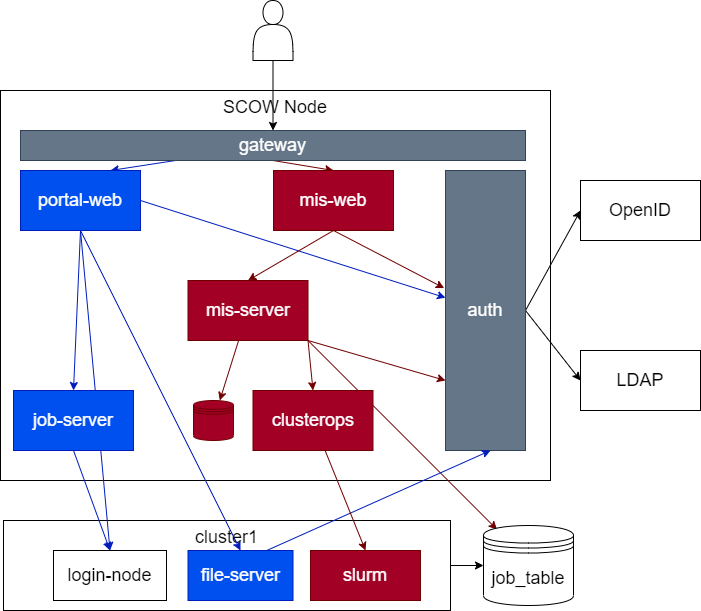
This is docs/diagrams/architecture.png from PKUHPC/OpenSCOW, a draw.io export, as it was before one commit. Source tidied: cells renumbered, new cells last; positions are measured from the earlier drawing's top-left corner, leaving out a move shared by most shapes.
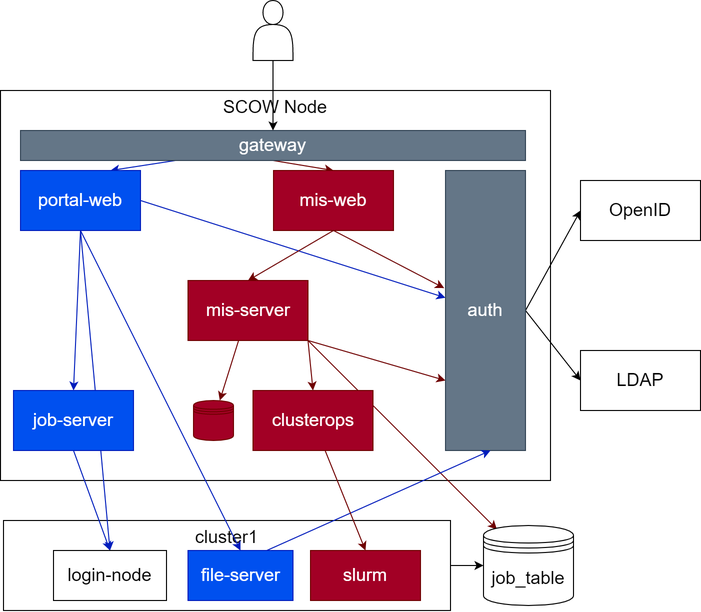
The same file after the commit.

What changed in the source:
```diff
@@ -2,114 +2,114 @@
   <root>
     <mxCell id="0" />
     <mxCell id="1" parent="0" />
-    <mxCell id="2" style="edgeStyle=none;html=1;exitX=1;exitY=0.5;exitDx=0;exitDy=0;entryX=0;entryY=0.5;entryDx=0;entryDy=0;fontSize=18;" parent="1" edge="1" source="3" target="22">
+    <mxCell id="2" style="edgeStyle=none;html=1;exitX=1;exitY=0.5;exitDx=0;exitDy=0;entryX=0;entryY=0.5;entryDx=0;entryDy=0;fontSize=18;labelBackgroundColor=none;" parent="1" edge="1" source="3" target="22">
       <mxGeometry relative="1" as="geometry" />
     </mxCell>
-    <mxCell id="3" value="cluster1" style="rounded=0;whiteSpace=wrap;html=1;verticalAlign=top;fontSize=18;fillColor=none;" parent="1" vertex="1">
+    <mxCell id="3" value="cluster1" style="rounded=0;whiteSpace=wrap;html=1;verticalAlign=top;fontSize=18;fillColor=none;labelBackgroundColor=none;" parent="1" vertex="1">
       <mxGeometry x="3" y="520" width="447" height="90" as="geometry" />
     </mxCell>
-    <mxCell id="4" value="SCOW Node" style="rounded=0;whiteSpace=wrap;html=1;fillColor=none;verticalAlign=top;fontSize=18;" parent="1" vertex="1">
+    <mxCell id="4" value="SCOW Node" style="rounded=0;whiteSpace=wrap;html=1;fillColor=none;verticalAlign=top;fontSize=18;labelBackgroundColor=none;" parent="1" vertex="1">
       <mxGeometry y="90" width="550" height="390" as="geometry" />
     </mxCell>
-    <mxCell id="5" style="edgeStyle=none;html=1;exitX=0.5;exitY=1;exitDx=0;exitDy=0;entryX=0.5;entryY=0;entryDx=0;entryDy=0;fillColor=#a20025;strokeColor=#6F0000;" parent="1" edge="1" source="7" target="28">
+    <mxCell id="5" style="edgeStyle=none;html=1;exitX=0.5;exitY=1;exitDx=0;exitDy=0;entryX=0.5;entryY=0;entryDx=0;entryDy=0;fillColor=#a20025;strokeColor=#6F0000;labelBackgroundColor=none;" parent="1" edge="1" source="7" target="28">
       <mxGeometry relative="1" as="geometry" />
     </mxCell>
-    <mxCell id="6" style="edgeStyle=none;html=1;entryX=0.75;entryY=0;entryDx=0;entryDy=0;fillColor=#0050ef;strokeColor=#001DBC;" parent="1" edge="1" source="7" target="14">
+    <mxCell id="6" style="edgeStyle=none;html=1;entryX=0.75;entryY=0;entryDx=0;entryDy=0;fillColor=#0050ef;strokeColor=#001DBC;labelBackgroundColor=none;" parent="1" edge="1" source="7" target="14">
       <mxGeometry relative="1" as="geometry" />
     </mxCell>
-    <mxCell id="7" value="gateway" style="rounded=0;whiteSpace=wrap;html=1;fontSize=18;fillColor=#647687;fontColor=#ffffff;strokeColor=#314354;" parent="1" vertex="1">
+    <mxCell id="7" value="gateway" style="rounded=0;whiteSpace=wrap;html=1;fontSize=18;fillColor=#647687;fontColor=#ffffff;strokeColor=#314354;labelBackgroundColor=none;" parent="1" vertex="1">
       <mxGeometry x="20" y="130" width="505" height="30" as="geometry" />
     </mxCell>
-    <mxCell id="8" style="edgeStyle=none;html=1;entryX=0.5;entryY=0;entryDx=0;entryDy=0;" parent="1" edge="1" source="9" target="7">
+    <mxCell id="8" style="edgeStyle=none;html=1;entryX=0.5;entryY=0;entryDx=0;entryDy=0;labelBackgroundColor=none;" parent="1" edge="1" source="9" target="7">
       <mxGeometry relative="1" as="geometry" />
     </mxCell>
-    <mxCell id="9" style="shape=actor;whiteSpace=wrap;html=1;" parent="1" vertex="1">
+    <mxCell id="9" style="shape=actor;whiteSpace=wrap;html=1;labelBackgroundColor=none;" parent="1" vertex="1">
       <mxGeometry x="252.5" width="40" height="60" as="geometry" />
     </mxCell>
-    <mxCell id="10" style="edgeStyle=none;html=1;entryX=0.15;entryY=0.05;entryDx=0;entryDy=0;fontSize=18;exitX=1;exitY=1;exitDx=0;exitDy=0;fillColor=#a20025;strokeColor=#6F0000;entryPerimeter=0;" parent="1" edge="1" source="18" target="22">
+    <mxCell id="10" style="edgeStyle=none;html=1;entryX=0.15;entryY=0.05;entryDx=0;entryDy=0;fontSize=18;exitX=1;exitY=1;exitDx=0;exitDy=0;fillColor=#a20025;strokeColor=#6F0000;entryPerimeter=0;labelBackgroundColor=none;" parent="1" edge="1" source="18" target="22">
       <mxGeometry relative="1" as="geometry" />
     </mxCell>
-    <mxCell id="11" style="edgeStyle=none;html=1;exitX=1;exitY=0.5;exitDx=0;exitDy=0;fillColor=#0050ef;strokeColor=#001DBC;" parent="1" edge="1" source="14" target="21">
+    <mxCell id="11" style="edgeStyle=none;html=1;exitX=1;exitY=0.5;exitDx=0;exitDy=0;fillColor=#0050ef;strokeColor=#001DBC;labelBackgroundColor=none;" parent="1" edge="1" source="14" target="21">
       <mxGeometry relative="1" as="geometry" />
     </mxCell>
-    <mxCell id="12" style="edgeStyle=none;html=1;exitX=0.5;exitY=1;exitDx=0;exitDy=0;entryX=0.5;entryY=0;entryDx=0;entryDy=0;fontSize=18;fillColor=#0050ef;strokeColor=#001DBC;" parent="1" edge="1" source="14" target="36">
+    <mxCell id="12" style="edgeStyle=none;html=1;exitX=0.5;exitY=1;exitDx=0;exitDy=0;entryX=0.5;entryY=0;entryDx=0;entryDy=0;fontSize=18;fillColor=#0050ef;strokeColor=#001DBC;labelBackgroundColor=none;" parent="1" edge="1" source="14" target="36">
       <mxGeometry relative="1" as="geometry" />
     </mxCell>
-    <mxCell id="13" style="edgeStyle=none;html=1;exitX=0.5;exitY=1;exitDx=0;exitDy=0;entryX=0.5;entryY=0;entryDx=0;entryDy=0;fontSize=18;fillColor=#0050ef;strokeColor=#001DBC;" parent="1" edge="1" source="14" target="37">
+    <mxCell id="13" style="edgeStyle=none;html=1;exitX=0.5;exitY=1;exitDx=0;exitDy=0;entryX=0.5;entryY=0;entryDx=0;entryDy=0;fontSize=18;fillColor=#0050ef;strokeColor=#001DBC;labelBackgroundColor=none;" parent="1" edge="1" source="14" target="37">
       <mxGeometry relative="1" as="geometry" />
     </mxCell>
-    <mxCell id="14" value="portal-web" style="whiteSpace=wrap;html=1;fontSize=18;fillColor=#0050ef;fontColor=#ffffff;strokeColor=#001DBC;" parent="1" vertex="1">
+    <mxCell id="14" value="portal-web" style="whiteSpace=wrap;html=1;fontSize=18;fillColor=#0050ef;fontColor=#ffffff;strokeColor=#001DBC;labelBackgroundColor=none;" parent="1" vertex="1">
       <mxGeometry x="20" y="170" width="120" height="60" as="geometry" />
     </mxCell>
-    <mxCell id="15" style="edgeStyle=none;html=1;fontSize=18;fillColor=#a20025;strokeColor=#6F0000;" parent="1" edge="1" source="18" target="29">
+    <mxCell id="15" style="edgeStyle=none;html=1;fontSize=18;fillColor=#a20025;strokeColor=#6F0000;labelBackgroundColor=none;" parent="1" edge="1" source="18" target="29">
       <mxGeometry relative="1" as="geometry" />
     </mxCell>
-    <mxCell id="16" style="edgeStyle=none;html=1;entryX=0.5;entryY=0;entryDx=0;entryDy=0;fontSize=18;fillColor=#a20025;strokeColor=#6F0000;exitX=1;exitY=1;exitDx=0;exitDy=0;" parent="1" edge="1" source="18" target="23">
+    <mxCell id="16" style="edgeStyle=none;html=1;entryX=0.5;entryY=0;entryDx=0;entryDy=0;fontSize=18;fillColor=#a20025;strokeColor=#6F0000;exitX=1;exitY=1;exitDx=0;exitDy=0;labelBackgroundColor=none;" parent="1" edge="1" source="18" target="23">
       <mxGeometry relative="1" as="geometry" />
     </mxCell>
-    <mxCell id="17" style="edgeStyle=none;html=1;exitX=1;exitY=1;exitDx=0;exitDy=0;entryX=0;entryY=0.75;entryDx=0;entryDy=0;fillColor=#a20025;strokeColor=#6F0000;" parent="1" edge="1" source="18" target="21">
+    <mxCell id="17" style="edgeStyle=none;html=1;exitX=1;exitY=1;exitDx=0;exitDy=0;entryX=0;entryY=0.75;entryDx=0;entryDy=0;fillColor=#a20025;strokeColor=#6F0000;labelBackgroundColor=none;" parent="1" edge="1" source="18" target="21">
       <mxGeometry relative="1" as="geometry" />
     </mxCell>
-    <mxCell id="18" value="&lt;span style=&quot;font-size: 18px&quot;&gt;mis-server&lt;br&gt;&lt;/span&gt;" style="whiteSpace=wrap;html=1;fillColor=#a20025;fontColor=#ffffff;strokeColor=#6F0000;" parent="1" vertex="1">
+    <mxCell id="18" value="&lt;span style=&quot;font-size: 18px&quot;&gt;mis-server&lt;br&gt;&lt;/span&gt;" style="whiteSpace=wrap;html=1;fillColor=#a20025;fontColor=#ffffff;strokeColor=#6F0000;labelBackgroundColor=none;" parent="1" vertex="1">
       <mxGeometry x="187.5" y="280" width="120" height="60" as="geometry" />
     </mxCell>
-    <mxCell id="19" style="edgeStyle=none;html=1;entryX=0;entryY=0.5;entryDx=0;entryDy=0;fontSize=18;exitX=1;exitY=0.5;exitDx=0;exitDy=0;" parent="1" edge="1" source="21" target="25">
+    <mxCell id="19" style="edgeStyle=none;html=1;entryX=0;entryY=0.5;entryDx=0;entryDy=0;fontSize=18;exitX=1;exitY=0.5;exitDx=0;exitDy=0;labelBackgroundColor=none;" parent="1" edge="1" source="21" target="25">
       <mxGeometry relative="1" as="geometry" />
     </mxCell>
-    <mxCell id="20" style="edgeStyle=none;html=1;exitX=1;exitY=0.5;exitDx=0;exitDy=0;entryX=0;entryY=0.5;entryDx=0;entryDy=0;fontSize=18;" parent="1" edge="1" source="21" target="24">
+    <mxCell id="20" style="edgeStyle=none;html=1;exitX=1;exitY=0.5;exitDx=0;exitDy=0;entryX=0;entryY=0.5;entryDx=0;entryDy=0;fontSize=18;labelBackgroundColor=none;" parent="1" edge="1" source="21" target="24">
       <mxGeometry relative="1" as="geometry" />
     </mxCell>
-    <mxCell id="21" value="auth" style="whiteSpace=wrap;html=1;fontSize=18;fillColor=#647687;fontColor=#ffffff;strokeColor=#314354;" parent="1" vertex="1">
+    <mxCell id="21" value="auth" style="whiteSpace=wrap;html=1;fontSize=18;fillColor=#647687;fontColor=#ffffff;strokeColor=#314354;labelBackgroundColor=none;" parent="1" vertex="1">
       <mxGeometry x="445" y="170" width="80" height="280" as="geometry" />
     </mxCell>
-    <mxCell id="22" value="job_table" style="shape=datastore;whiteSpace=wrap;html=1;fontSize=18;" parent="1" vertex="1">
+    <mxCell id="22" value="job_table" style="shape=datastore;whiteSpace=wrap;html=1;fontSize=18;labelBackgroundColor=none;" parent="1" vertex="1">
       <mxGeometry x="483" y="525" width="90" height="80" as="geometry" />
     </mxCell>
-    <mxCell id="23" value="clusterops" style="whiteSpace=wrap;html=1;fontSize=18;fillColor=#a20025;fontColor=#ffffff;strokeColor=#6F0000;" parent="1" vertex="1">
+    <mxCell id="23" value="clusterops" style="whiteSpace=wrap;html=1;fontSize=18;fillColor=#a20025;fontColor=#ffffff;strokeColor=#6F0000;labelBackgroundColor=none;" parent="1" vertex="1">
       <mxGeometry x="252.5" y="390" width="120" height="60" as="geometry" />
     </mxCell>
-    <mxCell id="24" value="LDAP" style="whiteSpace=wrap;html=1;fontSize=18;" parent="1" vertex="1">
+    <mxCell id="24" value="LDAP" style="whiteSpace=wrap;html=1;fontSize=18;labelBackgroundColor=none;" parent="1" vertex="1">
       <mxGeometry x="580" y="350" width="120" height="60" as="geometry" />
     </mxCell>
-    <mxCell id="25" value="&lt;span style=&quot;font-size: 18px&quot;&gt;OpenID&lt;/span&gt;" style="whiteSpace=wrap;html=1;" parent="1" vertex="1">
+    <mxCell id="25" value="&lt;span style=&quot;font-size: 18px&quot;&gt;OpenID&lt;/span&gt;" style="whiteSpace=wrap;html=1;labelBackgroundColor=none;" parent="1" vertex="1">
       <mxGeometry x="580" y="180" width="120" height="60" as="geometry" />
     </mxCell>
-    <mxCell id="26" style="edgeStyle=none;html=1;exitX=0.5;exitY=1;exitDx=0;exitDy=0;entryX=-0.016;entryY=0.42;entryDx=0;entryDy=0;entryPerimeter=0;fillColor=#a20025;strokeColor=#6F0000;" parent="1" edge="1" source="28" target="21">
+    <mxCell id="26" style="edgeStyle=none;html=1;exitX=0.5;exitY=1;exitDx=0;exitDy=0;entryX=-0.016;entryY=0.42;entryDx=0;entryDy=0;entryPerimeter=0;fillColor=#a20025;strokeColor=#6F0000;labelBackgroundColor=none;" parent="1" edge="1" source="28" target="21">
       <mxGeometry relative="1" as="geometry" />
     </mxCell>
-    <mxCell id="27" style="edgeStyle=none;html=1;exitX=0.5;exitY=1;exitDx=0;exitDy=0;entryX=0.5;entryY=0;entryDx=0;entryDy=0;fontSize=18;fillColor=#a20025;strokeColor=#6F0000;" parent="1" edge="1" source="28" target="18">
+    <mxCell id="27" style="edgeStyle=none;html=1;exitX=0.5;exitY=1;exitDx=0;exitDy=0;entryX=0.5;entryY=0;entryDx=0;entryDy=0;fontSize=18;fillColor=#a20025;strokeColor=#6F0000;labelBackgroundColor=none;" parent="1" edge="1" source="28" target="18">
       <mxGeometry relative="1" as="geometry" />
     </mxCell>
-    <mxCell id="28" value="mis-web" style="whiteSpace=wrap;html=1;fontSize=18;fillColor=#a20025;fontColor=#ffffff;strokeColor=#6F0000;" parent="1" vertex="1">
+    <mxCell id="28" value="mis-web" style="whiteSpace=wrap;html=1;fontSize=18;fillColor=#a20025;fontColor=#ffffff;strokeColor=#6F0000;labelBackgroundColor=none;" parent="1" vertex="1">
       <mxGeometry x="273" y="170" width="120" height="60" as="geometry" />
     </mxCell>
-    <mxCell id="29" style="shape=datastore;whiteSpace=wrap;html=1;fontSize=18;fillColor=#a20025;fontColor=#ffffff;strokeColor=#6F0000;" parent="1" vertex="1">
+    <mxCell id="29" style="shape=datastore;whiteSpace=wrap;html=1;fontSize=18;fillColor=#a20025;fontColor=#ffffff;strokeColor=#6F0000;labelBackgroundColor=none;" parent="1" vertex="1">
       <mxGeometry x="193" y="400" width="40" height="40" as="geometry" />
     </mxCell>
-    <mxCell id="30" style="edgeStyle=none;html=1;exitX=0.75;exitY=0;exitDx=0;exitDy=0;fontSize=18;fillColor=#0050ef;strokeColor=#001DBC;" parent="1" edge="1" source="31">
+    <mxCell id="30" style="edgeStyle=none;html=1;exitX=0.75;exitY=0;exitDx=0;exitDy=0;fontSize=18;fillColor=#0050ef;strokeColor=#001DBC;labelBackgroundColor=none;" parent="1" edge="1" source="31">
       <mxGeometry relative="1" as="geometry">
         <mxPoint x="490" y="450" as="targetPoint" />
       </mxGeometry>
     </mxCell>
-    <mxCell id="31" value="file-server" style="rounded=0;whiteSpace=wrap;html=1;fontSize=18;fillColor=#0050ef;fontColor=#ffffff;strokeColor=#001DBC;" parent="1" vertex="1">
+    <mxCell id="31" value="file-server" style="rounded=0;whiteSpace=wrap;html=1;fontSize=18;fillColor=#0050ef;fontColor=#ffffff;strokeColor=#001DBC;labelBackgroundColor=none;" parent="1" vertex="1">
       <mxGeometry x="187.5" y="550" width="105" height="50" as="geometry" />
     </mxCell>
-    <mxCell id="32" value="slurm" style="rounded=0;whiteSpace=wrap;html=1;fontSize=18;fillColor=#a20025;fontColor=#ffffff;strokeColor=#6F0000;" parent="1" vertex="1">
+    <mxCell id="32" value="slurm" style="rounded=0;whiteSpace=wrap;html=1;fontSize=18;fillColor=#a20025;fontColor=#ffffff;strokeColor=#6F0000;labelBackgroundColor=none;" parent="1" vertex="1">
       <mxGeometry x="310" y="550" width="110" height="50" as="geometry" />
     </mxCell>
-    <mxCell id="33" style="edgeStyle=none;html=1;exitX=0.5;exitY=1;exitDx=0;exitDy=0;entryX=0.5;entryY=0;entryDx=0;entryDy=0;fontSize=18;fillColor=#0050ef;strokeColor=#001DBC;" parent="1" edge="1" source="14" target="31">
+    <mxCell id="33" style="edgeStyle=none;html=1;exitX=0.5;exitY=1;exitDx=0;exitDy=0;entryX=0.5;entryY=0;entryDx=0;entryDy=0;fontSize=18;fillColor=#0050ef;strokeColor=#001DBC;labelBackgroundColor=none;" parent="1" edge="1" source="14" target="31">
       <mxGeometry relative="1" as="geometry" />
     </mxCell>
-    <mxCell id="34" style="edgeStyle=none;html=1;fontSize=18;entryX=0.5;entryY=0;entryDx=0;entryDy=0;fillColor=#a20025;strokeColor=#6F0000;" parent="1" edge="1" source="23" target="32">
+    <mxCell id="34" style="edgeStyle=none;html=1;fontSize=18;entryX=0.5;entryY=0;entryDx=0;entryDy=0;fillColor=#a20025;strokeColor=#6F0000;labelBackgroundColor=none;" parent="1" edge="1" source="23" target="32">
       <mxGeometry relative="1" as="geometry" />
     </mxCell>
-    <mxCell id="35" style="edgeStyle=none;html=1;exitX=0.5;exitY=1;exitDx=0;exitDy=0;entryX=0.5;entryY=0;entryDx=0;entryDy=0;fillColor=#0050ef;strokeColor=#001DBC;" parent="1" edge="1" source="36" target="37">
+    <mxCell id="35" style="edgeStyle=none;html=1;exitX=0.5;exitY=1;exitDx=0;exitDy=0;entryX=0.5;entryY=0;entryDx=0;entryDy=0;fillColor=#0050ef;strokeColor=#001DBC;labelBackgroundColor=none;" parent="1" edge="1" source="36" target="37">
       <mxGeometry relative="1" as="geometry" />
     </mxCell>
-    <mxCell id="36" value="job-server" style="rounded=0;whiteSpace=wrap;html=1;fontSize=18;fillColor=#0050ef;fontColor=#ffffff;strokeColor=#001DBC;" parent="1" vertex="1">
+    <mxCell id="36" value="job-server" style="rounded=0;whiteSpace=wrap;html=1;fontSize=18;fillColor=#0050ef;fontColor=#ffffff;strokeColor=#001DBC;labelBackgroundColor=none;" parent="1" vertex="1">
       <mxGeometry x="13" y="390" width="120" height="60" as="geometry" />
     </mxCell>
-    <mxCell id="37" value="login-node" style="rounded=0;whiteSpace=wrap;html=1;fontSize=18;" parent="1" vertex="1">
+    <mxCell id="37" value="login-node" style="rounded=0;whiteSpace=wrap;html=1;fontSize=18;labelBackgroundColor=none;" parent="1" vertex="1">
       <mxGeometry x="53" y="550" width="113" height="50" as="geometry" />
     </mxCell>
   </root>
```
